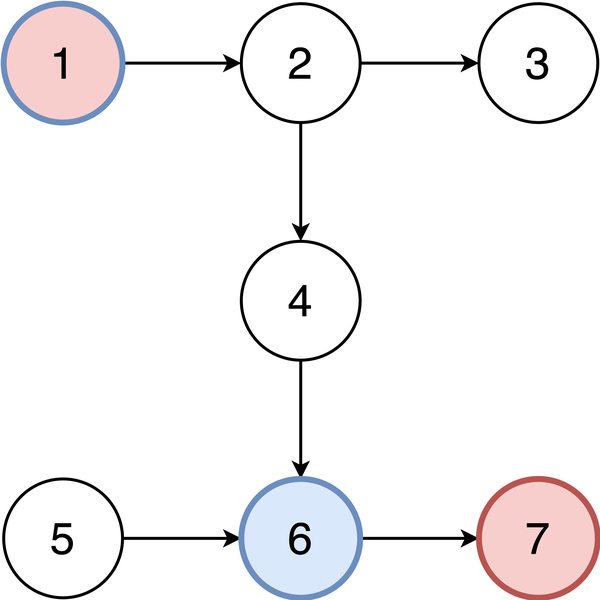
The draw.io diagram 5-Results/Images/swapProblem.png in icosac/masterthesis, before a commit. Source tidied: cells renumbered, new cells last; positions are measured from the earlier drawing's top-left corner, leaving out a move shared by most shapes.
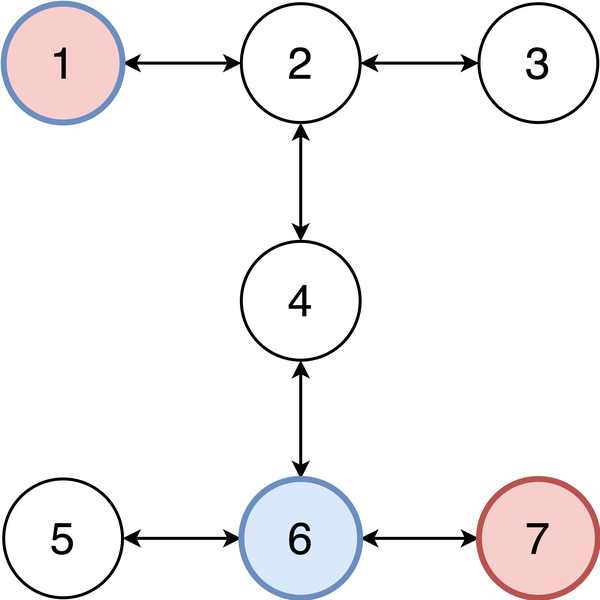
After the change.

Change to the diagram source:
```diff
@@ -2,16 +2,16 @@
   <root>
     <mxCell id="0" />
     <mxCell id="1" parent="0" />
-    <mxCell id="2" style="edgeStyle=orthogonalEdgeStyle;rounded=0;jettySize=auto;html=1;exitX=1;exitY=0.5;exitDx=0;exitDy=0;entryX=0;entryY=0.5;entryDx=0;entryDy=0;strokeWidth=2;fontSize=30;" parent="1" edge="1" source="3" target="6">
+    <mxCell id="2" style="edgeStyle=orthogonalEdgeStyle;rounded=0;jettySize=auto;html=1;exitX=1;exitY=0.5;exitDx=0;exitDy=0;entryX=0;entryY=0.5;entryDx=0;entryDy=0;strokeWidth=2;fontSize=30;startArrow=classic;startFill=1;" parent="1" edge="1" source="3" target="6">
       <mxGeometry relative="1" as="geometry" />
     </mxCell>
     <mxCell id="3" value="1" style="ellipse;whiteSpace=wrap;html=1;strokeWidth=4;fillColor=#f8cecc;strokeColor=#6C8EBF;fontSize=30;" parent="1" vertex="1">
       <mxGeometry width="80" height="80" as="geometry" />
     </mxCell>
-    <mxCell id="4" style="edgeStyle=orthogonalEdgeStyle;rounded=0;jettySize=auto;html=1;exitX=1;exitY=0.5;exitDx=0;exitDy=0;entryX=0;entryY=0.5;entryDx=0;entryDy=0;strokeWidth=2;fontSize=30;" parent="1" edge="1" source="6" target="7">
+    <mxCell id="4" style="edgeStyle=orthogonalEdgeStyle;rounded=0;jettySize=auto;html=1;exitX=1;exitY=0.5;exitDx=0;exitDy=0;entryX=0;entryY=0.5;entryDx=0;entryDy=0;strokeWidth=2;fontSize=30;startArrow=classic;startFill=1;" parent="1" edge="1" source="6" target="7">
       <mxGeometry relative="1" as="geometry" />
     </mxCell>
-    <mxCell id="5" style="edgeStyle=orthogonalEdgeStyle;rounded=0;jettySize=auto;html=1;exitX=0.5;exitY=1;exitDx=0;exitDy=0;entryX=0.5;entryY=0;entryDx=0;entryDy=0;strokeWidth=2;fontSize=30;" parent="1" edge="1" source="6" target="9">
+    <mxCell id="5" style="edgeStyle=orthogonalEdgeStyle;rounded=0;jettySize=auto;html=1;exitX=0.5;exitY=1;exitDx=0;exitDy=0;entryX=0.5;entryY=0;entryDx=0;entryDy=0;strokeWidth=2;fontSize=30;startArrow=classic;startFill=1;" parent="1" edge="1" source="6" target="9">
       <mxGeometry relative="1" as="geometry" />
     </mxCell>
     <mxCell id="6" value="2" style="ellipse;whiteSpace=wrap;html=1;strokeWidth=2;fontSize=30;" parent="1" vertex="1">
@@ -20,19 +20,19 @@
     <mxCell id="7" value="3" style="ellipse;whiteSpace=wrap;html=1;strokeWidth=2;fontSize=30;" parent="1" vertex="1">
       <mxGeometry x="320" width="80" height="80" as="geometry" />
     </mxCell>
-    <mxCell id="8" style="edgeStyle=orthogonalEdgeStyle;rounded=0;jettySize=auto;html=1;exitX=0.5;exitY=1;exitDx=0;exitDy=0;entryX=0.5;entryY=0;entryDx=0;entryDy=0;strokeWidth=2;fontSize=30;" parent="1" edge="1" source="9" target="13">
+    <mxCell id="8" style="edgeStyle=orthogonalEdgeStyle;rounded=0;jettySize=auto;html=1;exitX=0.5;exitY=1;exitDx=0;exitDy=0;entryX=0.5;entryY=0;entryDx=0;entryDy=0;strokeWidth=2;fontSize=30;startArrow=classic;startFill=1;" parent="1" edge="1" source="9" target="13">
       <mxGeometry relative="1" as="geometry" />
     </mxCell>
     <mxCell id="9" value="4" style="ellipse;whiteSpace=wrap;html=1;strokeWidth=2;fontSize=30;" parent="1" vertex="1">
       <mxGeometry x="160" y="160" width="80" height="80" as="geometry" />
     </mxCell>
-    <mxCell id="10" style="edgeStyle=orthogonalEdgeStyle;rounded=0;jettySize=auto;html=1;exitX=1;exitY=0.5;exitDx=0;exitDy=0;entryX=0;entryY=0.5;entryDx=0;entryDy=0;strokeWidth=2;fontSize=30;" parent="1" edge="1" source="11" target="13">
+    <mxCell id="10" style="edgeStyle=orthogonalEdgeStyle;rounded=0;jettySize=auto;html=1;exitX=1;exitY=0.5;exitDx=0;exitDy=0;entryX=0;entryY=0.5;entryDx=0;entryDy=0;strokeWidth=2;fontSize=30;startArrow=classic;startFill=1;" parent="1" edge="1" source="11" target="13">
       <mxGeometry relative="1" as="geometry" />
     </mxCell>
     <mxCell id="11" value="5" style="ellipse;whiteSpace=wrap;html=1;strokeWidth=2;fontSize=30;" parent="1" vertex="1">
       <mxGeometry y="320" width="80" height="80" as="geometry" />
     </mxCell>
-    <mxCell id="12" style="edgeStyle=orthogonalEdgeStyle;rounded=0;jettySize=auto;html=1;exitX=1;exitY=0.5;exitDx=0;exitDy=0;entryX=0;entryY=0.5;entryDx=0;entryDy=0;strokeWidth=2;fontSize=30;" parent="1" edge="1" source="13" target="14">
+    <mxCell id="12" style="edgeStyle=orthogonalEdgeStyle;rounded=0;jettySize=auto;html=1;exitX=1;exitY=0.5;exitDx=0;exitDy=0;entryX=0;entryY=0.5;entryDx=0;entryDy=0;strokeWidth=2;fontSize=30;startArrow=classic;startFill=1;" parent="1" edge="1" source="13" target="14">
       <mxGeometry relative="1" as="geometry" />
     </mxCell>
     <mxCell id="13" value="6" style="ellipse;whiteSpace=wrap;html=1;strokeWidth=4;fillColor=#dae8fc;strokeColor=#6c8ebf;fontSize=30;" parent="1" vertex="1">
```
